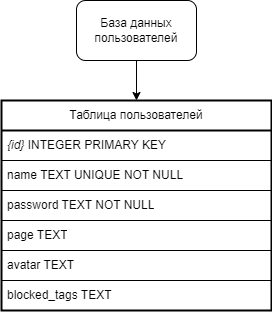
Above: server/doc/source/images/users.drawio.png in abnormalize0/DailyTeleFrog (draw.io), before the change. Source tidied: cells renumbered, new cells last; positions are measured from the earlier drawing's top-left corner, leaving out a move shared by most shapes. Source of this version:
```xml
<mxGraphModel>
  <root>
    <mxCell id="0" />
    <mxCell id="1" parent="0" />
    <mxCell id="2" style="edgeStyle=orthogonalEdgeStyle;rounded=0;jettySize=auto;html=1;exitX=0.5;exitY=1;exitDx=0;exitDy=0;entryX=0.5;entryY=0;entryDx=0;entryDy=0;" parent="1" edge="1" source="3" target="4">
      <mxGeometry relative="1" as="geometry" />
    </mxCell>
    <mxCell id="3" value="База данных пользователей" style="rounded=1;whiteSpace=wrap;html=1;" parent="1" vertex="1">
      <mxGeometry x="75" width="120" height="60" as="geometry" />
    </mxCell>
    <mxCell id="4" value="Таблица пользователей" style="swimlane;fontStyle=0;horizontal=1;startSize=30;whiteSpace=wrap;html=1;swimlaneLine=1;glass=0;strokeWidth=2;" parent="1" vertex="1">
      <mxGeometry y="100" width="270" height="210" as="geometry" />
    </mxCell>
    <mxCell id="5" value="&lt;i&gt;{id}&lt;/i&gt; INTEGER PRIMARY KEY" style="text;strokeColor=default;fillColor=none;align=left;verticalAlign=middle;spacingLeft=4;spacingRight=4;overflow=hidden;whiteSpace=wrap;html=1;labelBorderColor=none;" parent="4" vertex="1">
      <mxGeometry y="30" width="270" height="30" as="geometry" />
    </mxCell>
    <mxCell id="6" value="name TEXT UNIQUE NOT NULL" style="text;strokeColor=default;fillColor=none;align=left;verticalAlign=middle;spacingLeft=4;spacingRight=4;overflow=hidden;whiteSpace=wrap;html=1;" parent="4" vertex="1">
      <mxGeometry y="60" width="270" height="30" as="geometry" />
    </mxCell>
    <mxCell id="7" value="password TEXT NOT NULL" style="text;strokeColor=default;fillColor=none;align=left;verticalAlign=middle;spacingLeft=4;spacingRight=4;overflow=hidden;whiteSpace=wrap;html=1;" parent="4" vertex="1">
      <mxGeometry y="90" width="270" height="30" as="geometry" />
    </mxCell>
    <mxCell id="8" value="page TEXT" style="text;strokeColor=default;fillColor=none;align=left;verticalAlign=middle;spacingLeft=4;spacingRight=4;overflow=hidden;whiteSpace=wrap;html=1;" parent="4" vertex="1">
      <mxGeometry y="120" width="270" height="30" as="geometry" />
    </mxCell>
    <mxCell id="9" value="avatar TEXT" style="text;strokeColor=default;fillColor=none;align=left;verticalAlign=middle;spacingLeft=4;spacingRight=4;overflow=hidden;whiteSpace=wrap;html=1;" parent="4" vertex="1">
      <mxGeometry y="150" width="270" height="30" as="geometry" />
    </mxCell>
    <mxCell id="10" value="blocked_tags TEXT" style="text;strokeColor=default;fillColor=none;align=left;verticalAlign=middle;spacingLeft=4;spacingRight=4;overflow=hidden;whiteSpace=wrap;html=1;" parent="4" vertex="1">
      <mxGeometry y="180" width="270" height="30" as="geometry" />
    </mxCell>
  </root>
</mxGraphModel>
```
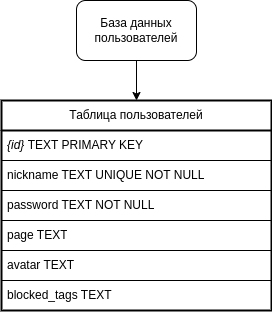
Above is the later version.

The edit, as a diff of the source:
```diff
@@ -11,10 +11,10 @@
     <mxCell id="4" value="Таблица пользователей" style="swimlane;fontStyle=0;horizontal=1;startSize=30;whiteSpace=wrap;html=1;swimlaneLine=1;glass=0;strokeWidth=2;" parent="1" vertex="1">
       <mxGeometry y="100" width="270" height="210" as="geometry" />
     </mxCell>
-    <mxCell id="5" value="&lt;i&gt;{id}&lt;/i&gt; INTEGER PRIMARY KEY" style="text;strokeColor=default;fillColor=none;align=left;verticalAlign=middle;spacingLeft=4;spacingRight=4;overflow=hidden;whiteSpace=wrap;html=1;labelBorderColor=none;" parent="4" vertex="1">
+    <mxCell id="5" value="&lt;i&gt;{id}&lt;/i&gt;&amp;nbsp;TEXT PRIMARY KEY" style="text;strokeColor=default;fillColor=none;align=left;verticalAlign=middle;spacingLeft=4;spacingRight=4;overflow=hidden;whiteSpace=wrap;html=1;labelBorderColor=none;" parent="4" vertex="1">
       <mxGeometry y="30" width="270" height="30" as="geometry" />
     </mxCell>
-    <mxCell id="6" value="name TEXT UNIQUE NOT NULL" style="text;strokeColor=default;fillColor=none;align=left;verticalAlign=middle;spacingLeft=4;spacingRight=4;overflow=hidden;whiteSpace=wrap;html=1;" parent="4" vertex="1">
+    <mxCell id="6" value="nickname TEXT UNIQUE NOT NULL" style="text;strokeColor=default;fillColor=none;align=left;verticalAlign=middle;spacingLeft=4;spacingRight=4;overflow=hidden;whiteSpace=wrap;html=1;" parent="4" vertex="1">
       <mxGeometry y="60" width="270" height="30" as="geometry" />
     </mxCell>
     <mxCell id="7" value="password TEXT NOT NULL" style="text;strokeColor=default;fillColor=none;align=left;verticalAlign=middle;spacingLeft=4;spacingRight=4;overflow=hidden;whiteSpace=wrap;html=1;" parent="4" vertex="1">
```
